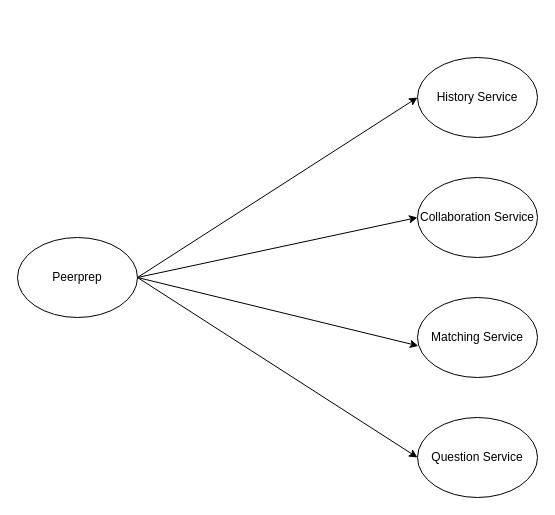
This is MicroservicesArchitecture.drawio from shaniceng/DrawIODiagrams, a draw.io file, before an edit. Source tidied: cells renumbered, new cells numbered last; positions are measured from the earlier drawing's top-left corner, leaving out a move shared by most shapes. Both pictures are drawn from the tidied source at 100%, with x=0, y=0 at pixel (17, 57).
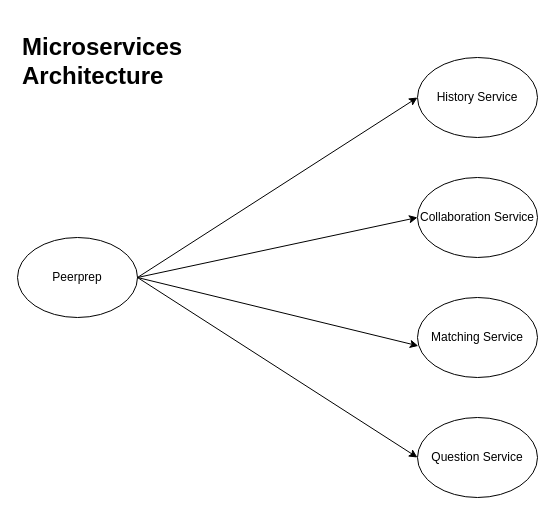
Above is the later version.

What changed in the source:
```diff
@@
 <mxGraphModel>
   <root>
     <mxCell id="0" />
     <mxCell id="1" parent="0" />
     <mxCell id="2" value="Peerprep" style="ellipse;whiteSpace=wrap;html=1;" parent="1" vertex="1">
       <mxGeometry y="180" width="120" height="80" as="geometry" />
     </mxCell>
     <mxCell id="3" value="Collaboration Service" style="ellipse;whiteSpace=wrap;html=1;" parent="1" vertex="1">
       <mxGeometry x="400" y="120" width="120" height="80" as="geometry" />
     </mxCell>
     <mxCell id="4" value="History Service" style="ellipse;whiteSpace=wrap;html=1;" parent="1" vertex="1">
       <mxGeometry x="400" width="120" height="80" as="geometry" />
     </mxCell>
     <mxCell id="5" value="Matching Service" style="ellipse;whiteSpace=wrap;html=1;" parent="1" vertex="1">
       <mxGeometry x="400" y="240" width="120" height="80" as="geometry" />
     </mxCell>
     <mxCell id="6" value="Question Service" style="ellipse;whiteSpace=wrap;html=1;" parent="1" vertex="1">
       <mxGeometry x="400" y="360" width="120" height="80" as="geometry" />
     </mxCell>
     <mxCell id="7" style="endArrow=classic;html=1;rounded=0;exitX=1;exitY=0.5;exitDx=0;exitDy=0;entryX=0;entryY=0.5;entryDx=0;entryDy=0;" parent="1" edge="1" source="2" target="4">
       <mxGeometry relative="1" as="geometry" />
     </mxCell>
     <mxCell id="8" style="endArrow=classic;html=1;rounded=0;entryX=0;entryY=0.5;entryDx=0;entryDy=0;" parent="1" edge="1" target="3">
       <mxGeometry relative="1" as="geometry">
         <mxPoint x="120" y="220" as="sourcePoint" />
       </mxGeometry>
     </mxCell>
     <mxCell id="9" style="endArrow=classic;html=1;rounded=0;exitX=1;exitY=0.5;exitDx=0;exitDy=0;entryX=0.007;entryY=0.605;entryDx=0;entryDy=0;entryPerimeter=0;" parent="1" edge="1" source="2" target="5">
       <mxGeometry relative="1" as="geometry" />
     </mxCell>
     <mxCell id="10" style="endArrow=classic;html=1;rounded=0;exitX=1;exitY=0.5;exitDx=0;exitDy=0;entryX=0;entryY=0.5;entryDx=0;entryDy=0;" parent="1" edge="1" source="2" target="6">
       <mxGeometry relative="1" as="geometry" />
     </mxCell>
+    <mxCell id="11" value="&lt;h1&gt;Microservices Architecture&lt;/h1&gt;" style="text;html=1;strokeColor=none;fillColor=none;spacing=5;spacingTop=-20;whiteSpace=wrap;overflow=hidden;rounded=0;" parent="1" vertex="1">
+      <mxGeometry y="-30" width="190" height="120" as="geometry" />
+    </mxCell>
   </root>
 </mxGraphModel>
```
